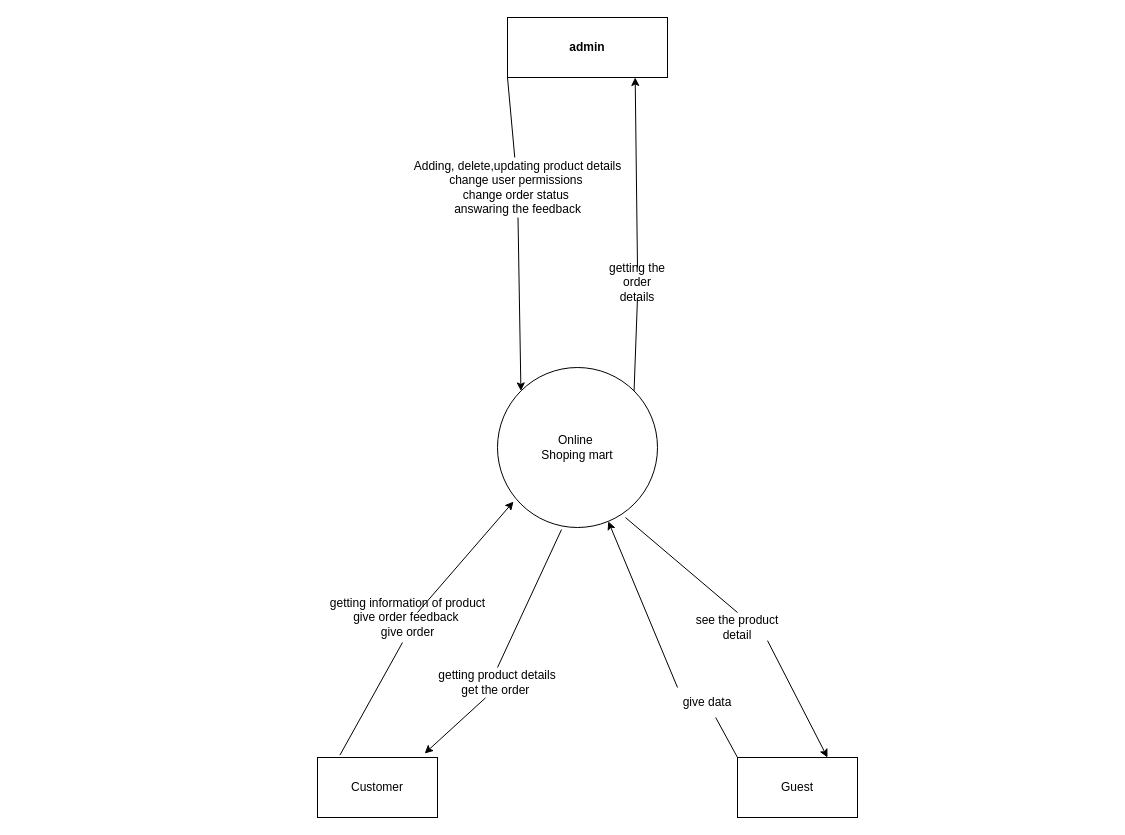
AKrunal/document keeps this draw.io diagram as page "0 level" (1 of 5) of charts/dfd.drawio. Above is the earlier version. Source tidied: cells renumbered, new cells numbered last; positions are measured from the earlier drawing's top-left corner, leaving out a move shared by most shapes. Both pictures are drawn from the tidied source at 100%, with x=0, y=0 at pixel (317, 17).
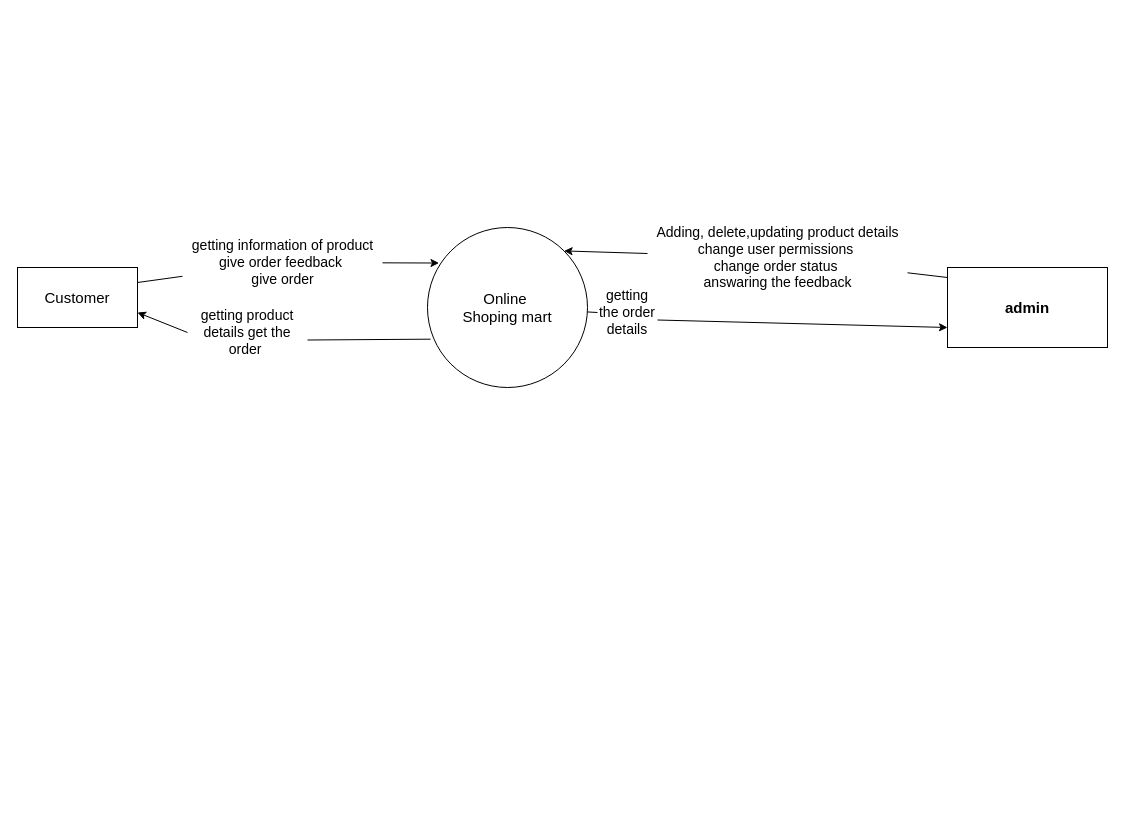
The same page after the edit.

What changed in the source:
```diff
@@
-    <mxCell id="2" value="Online&amp;nbsp;&lt;br&gt;Shoping mart" style="ellipse;whiteSpace=wrap;html=1;" parent="1" vertex="1">
-      <mxGeometry x="180" y="350" width="160" height="160" as="geometry" />
+    <mxCell id="2" value="Online&amp;nbsp;&lt;br style=&quot;font-size: 15px;&quot;&gt;Shoping mart" style="ellipse;whiteSpace=wrap;html=1;fontSize=15;" parent="1" vertex="1">
+      <mxGeometry x="110" y="210" width="160" height="160" as="geometry" />
     </mxCell>
-    <mxCell id="3" value="&lt;b&gt;admin&lt;/b&gt;" style="rounded=0;whiteSpace=wrap;html=1;" parent="1" vertex="1">
-      <mxGeometry x="190" width="160" height="60" as="geometry" />
+    <mxCell id="3" value="&lt;b style=&quot;font-size: 15px;&quot;&gt;admin&lt;/b&gt;" style="rounded=0;whiteSpace=wrap;html=1;fontSize=15;" parent="1" vertex="1">
+      <mxGeometry x="630" y="250" width="160" height="80" as="geometry" />
     </mxCell>
-    <mxCell id="4" style="endArrow=classic;html=1;rounded=0;entryX=0;entryY=0;entryDx=0;entryDy=0;startArrow=none;" parent="1" edge="1" source="6" target="2">
+    <mxCell id="4" style="endArrow=classic;html=1;rounded=0;entryX=1;entryY=0;entryDx=0;entryDy=0;startArrow=none;fontSize=15;" parent="1" edge="1" source="6" target="2">
       <mxGeometry relative="1" as="geometry" />
     </mxCell>
-    <mxCell id="5" style="endArrow=none;html=1;rounded=0;" parent="1" edge="1" target="6">
-      <mxGeometry relative="1" as="geometry">
-        <mxPoint x="190" y="60" as="sourcePoint" />
-      </mxGeometry>
+    <mxCell id="5" style="endArrow=none;html=1;rounded=0;exitX=0;exitY=0.125;exitDx=0;exitDy=0;exitPerimeter=0;fontSize=15;" parent="1" edge="1" source="3" target="6">
+      <mxGeometry relative="1" as="geometry" />
     </mxCell>
-    <mxCell id="6" value="Adding, delete,updating product details&lt;br&gt;change user permissions&amp;nbsp;&lt;br&gt;change order status&amp;nbsp;&lt;br&gt;answaring the feedback&lt;br&gt;" style="text;html=1;align=center;verticalAlign=middle;points=[];strokeColor=none;fillColor=none;" parent="1" vertex="1">
-      <mxGeometry x="90" y="140" width="220" height="60" as="geometry" />
+    <mxCell id="6" value="Adding, delete,updating product details&lt;br style=&quot;font-size: 14px;&quot;&gt;change user permissions&amp;nbsp;&lt;br style=&quot;font-size: 14px;&quot;&gt;change order status&amp;nbsp;&lt;br style=&quot;font-size: 14px;&quot;&gt;answaring the feedback&lt;br style=&quot;font-size: 14px;&quot;&gt;" style="text;html=1;align=center;verticalAlign=middle;points=[];strokeColor=none;fillColor=none;fontSize=14;" parent="1" vertex="1">
+      <mxGeometry x="330" y="205" width="260" height="70" as="geometry" />
     </mxCell>
-    <mxCell id="7" style="endArrow=classic;html=1;rounded=0;exitX=0.5;exitY=0;exitDx=0;exitDy=0;entryX=0.798;entryY=1;entryDx=0;entryDy=0;entryPerimeter=0;startArrow=none;" parent="1" edge="1" source="8" target="3">
+    <mxCell id="7" style="endArrow=classic;html=1;rounded=0;startArrow=none;entryX=0;entryY=0.75;entryDx=0;entryDy=0;exitX=1;exitY=0.75;exitDx=0;exitDy=0;fontSize=15;" parent="1" edge="1" source="8" target="3">
       <mxGeometry relative="1" as="geometry" />
     </mxCell>
-    <mxCell id="8" value="getting the order details" style="text;html=1;strokeColor=none;fillColor=none;align=center;verticalAlign=middle;whiteSpace=wrap;rounded=0;" parent="1" vertex="1">
-      <mxGeometry x="290" y="250" width="60" height="30" as="geometry" />
+    <mxCell id="8" value="getting the order details" style="text;html=1;strokeColor=none;fillColor=none;align=center;verticalAlign=middle;whiteSpace=wrap;rounded=0;fontSize=14;" parent="1" vertex="1">
+      <mxGeometry x="280" y="280" width="60" height="30" as="geometry" />
     </mxCell>
-    <mxCell id="9" style="endArrow=none;html=1;rounded=0;exitX=1;exitY=0;exitDx=0;exitDy=0;entryX=0.5;entryY=1;entryDx=0;entryDy=0;" parent="1" edge="1" source="2" target="8">
+    <mxCell id="9" style="endArrow=none;html=1;rounded=0;entryX=0;entryY=0.5;entryDx=0;entryDy=0;fontSize=15;" parent="1" edge="1" source="2" target="8">
       <mxGeometry relative="1" as="geometry" />
     </mxCell>
-    <mxCell id="10" value="Guest" style="rounded=0;whiteSpace=wrap;html=1;" parent="1" vertex="1">
-      <mxGeometry x="420" y="740" width="120" height="60" as="geometry" />
-    </mxCell>
-    <mxCell id="11" value="Customer" style="rounded=0;whiteSpace=wrap;html=1;" parent="1" vertex="1">
-      <mxGeometry y="740" width="120" height="60" as="geometry" />
+    <mxCell id="11" value="Customer" style="rounded=0;whiteSpace=wrap;html=1;fontSize=15;" parent="1" vertex="1">
+      <mxGeometry x="-300" y="250" width="120" height="60" as="geometry" />
     </mxCell>
-    <mxCell id="12" style="endArrow=classic;html=1;rounded=0;exitX=0.5;exitY=0;exitDx=0;exitDy=0;entryX=0.1;entryY=0.838;entryDx=0;entryDy=0;entryPerimeter=0;startArrow=none;" parent="1" edge="1" target="2">
-      <mxGeometry relative="1" as="geometry">
-        <mxPoint x="100" y="595" as="sourcePoint" />
-      </mxGeometry>
+    <mxCell id="12" style="endArrow=classic;html=1;rounded=0;entryX=0.072;entryY=0.222;entryDx=0;entryDy=0;entryPerimeter=0;startArrow=none;fontSize=15;" parent="1" edge="1" source="14" target="2">
+      <mxGeometry relative="1" as="geometry" />
     </mxCell>
-    <mxCell id="13" style="endArrow=none;html=1;rounded=0;exitX=0.187;exitY=-0.04;exitDx=0;exitDy=0;exitPerimeter=0;entryX=0.25;entryY=1;entryDx=0;entryDy=0;" parent="1" edge="1" source="11">
-      <mxGeometry relative="1" as="geometry">
-        <mxPoint x="85" y="625" as="targetPoint" />
-      </mxGeometry>
+    <mxCell id="13" style="endArrow=none;html=1;rounded=0;exitX=1;exitY=0.25;exitDx=0;exitDy=0;fontSize=15;" parent="1" edge="1" source="11" target="14">
+      <mxGeometry relative="1" as="geometry" />
     </mxCell>
-    <mxCell id="14" value="getting information of product&lt;br&gt;give order feedback&amp;nbsp;&lt;br&gt;give order" style="text;html=1;align=center;verticalAlign=middle;points=[];strokeColor=none;fillColor=none;" parent="1" vertex="1">
-      <mxGeometry x="5" y="575" width="170" height="50" as="geometry" />
+    <mxCell id="14" value="getting information of product&lt;br style=&quot;font-size: 14px;&quot;&gt;give order feedback&amp;nbsp;&lt;br style=&quot;font-size: 14px;&quot;&gt;give order" style="text;html=1;align=center;verticalAlign=middle;points=[];strokeColor=none;fillColor=none;fontSize=14;" parent="1" vertex="1">
+      <mxGeometry x="-135" y="215" width="200" height="60" as="geometry" />
     </mxCell>
-    <mxCell id="15" style="endArrow=classic;html=1;rounded=0;exitX=0.4;exitY=1.013;exitDx=0;exitDy=0;exitPerimeter=0;entryX=0.893;entryY=-0.067;entryDx=0;entryDy=0;entryPerimeter=0;startArrow=none;" parent="1" edge="1" source="16" target="11">
+    <mxCell id="15" style="endArrow=classic;html=1;rounded=0;exitX=0;exitY=0.5;exitDx=0;exitDy=0;entryX=1;entryY=0.75;entryDx=0;entryDy=0;startArrow=none;fontSize=15;" parent="1" edge="1" source="16" target="11">
       <mxGeometry relative="1" as="geometry" />
     </mxCell>
-    <mxCell id="16" value="getting product details get the order&amp;nbsp;" style="text;html=1;strokeColor=none;fillColor=none;align=center;verticalAlign=middle;whiteSpace=wrap;rounded=0;" parent="1" vertex="1">
-      <mxGeometry x="120" y="650" width="120" height="30" as="geometry" />
+    <mxCell id="16" value="getting product details get the order&amp;nbsp;" style="text;html=1;strokeColor=none;fillColor=none;align=center;verticalAlign=middle;whiteSpace=wrap;rounded=0;fontSize=14;" parent="1" vertex="1">
+      <mxGeometry x="-130" y="300" width="120" height="30" as="geometry" />
     </mxCell>
-    <mxCell id="17" style="endArrow=none;html=1;rounded=0;exitX=0.4;exitY=1.013;exitDx=0;exitDy=0;exitPerimeter=0;entryX=0.5;entryY=0;entryDx=0;entryDy=0;" parent="1" edge="1" source="2" target="16">
+    <mxCell id="17" style="endArrow=none;html=1;rounded=0;exitX=0.019;exitY=0.698;exitDx=0;exitDy=0;exitPerimeter=0;entryX=1;entryY=0.75;entryDx=0;entryDy=0;fontSize=15;" parent="1" edge="1" source="2" target="16">
       <mxGeometry relative="1" as="geometry" />
     </mxCell>
-    <mxCell id="18" style="endArrow=classic;html=1;rounded=0;exitX=0.8;exitY=0.938;exitDx=0;exitDy=0;exitPerimeter=0;entryX=0.75;entryY=0;entryDx=0;entryDy=0;startArrow=none;" parent="1" edge="1" source="19" target="10">
-      <mxGeometry relative="1" as="geometry" />
-    </mxCell>
-    <mxCell id="19" value="see the product detail" style="text;html=1;strokeColor=none;fillColor=none;align=center;verticalAlign=middle;whiteSpace=wrap;rounded=0;" parent="1" vertex="1">
-      <mxGeometry x="370" y="595" width="100" height="30" as="geometry" />
-    </mxCell>
-    <mxCell id="20" style="endArrow=none;html=1;rounded=0;exitX=0.8;exitY=0.938;exitDx=0;exitDy=0;exitPerimeter=0;entryX=0.5;entryY=0;entryDx=0;entryDy=0;" parent="1" edge="1" source="2" target="19">
-      <mxGeometry relative="1" as="geometry" />
-    </mxCell>
-    <mxCell id="21" style="endArrow=classic;html=1;rounded=0;exitX=0;exitY=0;exitDx=0;exitDy=0;startArrow=none;" parent="1" edge="1" source="22" target="2">
-      <mxGeometry relative="1" as="geometry" />
-    </mxCell>
-    <mxCell id="22" value="give data" style="text;html=1;strokeColor=none;fillColor=none;align=center;verticalAlign=middle;whiteSpace=wrap;rounded=0;" parent="1" vertex="1">
-      <mxGeometry x="360" y="670" width="60" height="30" as="geometry" />
-    </mxCell>
-    <mxCell id="23" style="endArrow=none;html=1;rounded=0;exitX=0;exitY=0;exitDx=0;exitDy=0;" parent="1" edge="1" source="10" target="22">
-      <mxGeometry relative="1" as="geometry" />
-    </mxCell>
```
